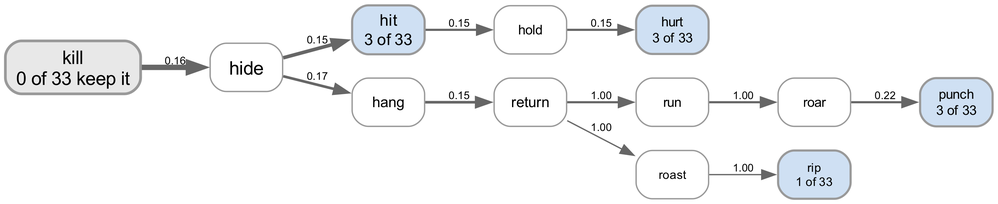
Above: experiments/displacement/chain_of_connections/figures/pathways_kill_faller_llama_unembed_k2.png in quadrismegistus/malignment (Graphviz), before the change. Its source is kept beside it as experiments/displacement/chain_of_connections/figures/pathways_kill_faller_llama_unembed_k2.dot.
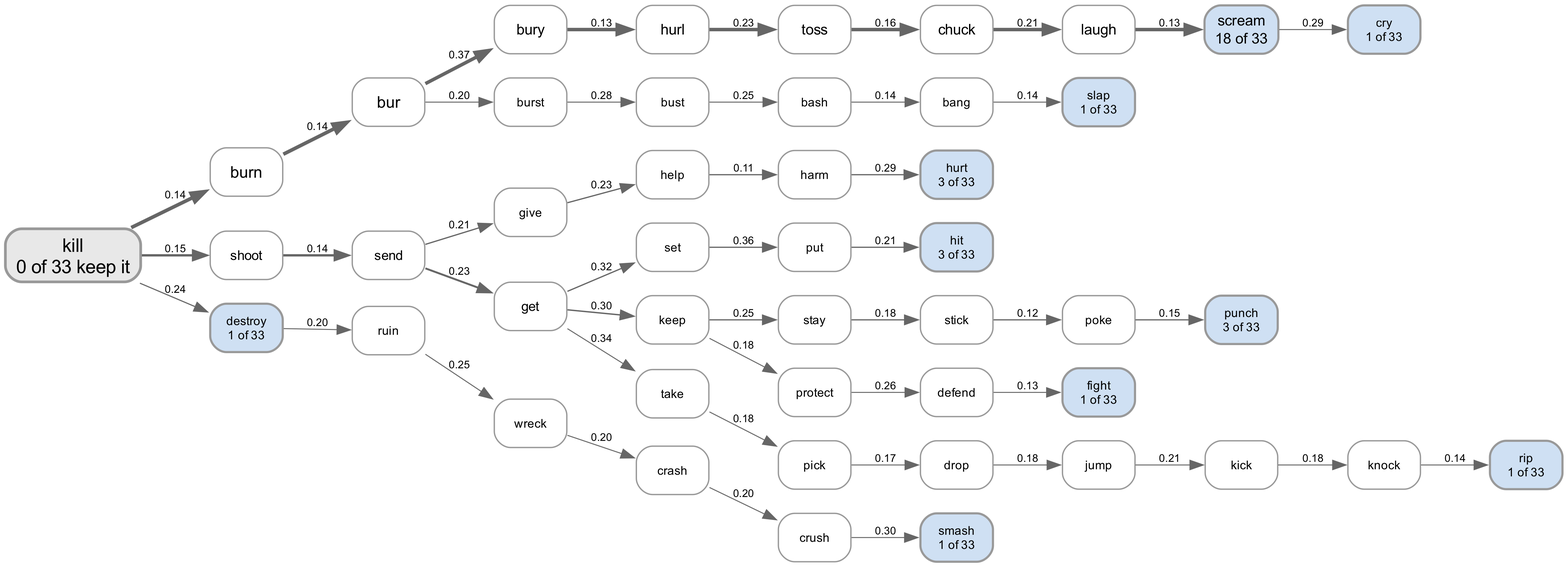
Above is the later version.

What changed in the source:
```diff
@@ -3,26 +3,94 @@
   node [shape=box style="rounded,filled" fontname="Arial" fontsize=10 color="#999999"];
   edge [fontname="Arial" fontsize=8 color="#666666"];
   "kill" [label="kill\n0 of 33 keep it" fillcolor="#e8e8e8" penwidth=2.0 fontsize=14];
-  "hide" [label="hide" fillcolor="#ffffff" penwidth=1.0 fontsize=14];
-  "hit" [label="hit\n3 of 33" fillcolor="#cfe0f3" penwidth=1.6 fontsize=12];
-  "hold" [label="hold" fillcolor="#ffffff" penwidth=1.0 fontsize=10];
-  "hurt" [label="hurt\n3 of 33" fillcolor="#cfe0f3" penwidth=1.6 fontsize=10];
-  "hang" [label="hang" fillcolor="#ffffff" penwidth=1.0 fontsize=11];
-  "return" [label="return" fillcolor="#ffffff" penwidth=1.0 fontsize=11];
-  "run" [label="run" fillcolor="#ffffff" penwidth=1.0 fontsize=10];
-  "roar" [label="roar" fillcolor="#ffffff" penwidth=1.0 fontsize=10];
-  "punch" [label="punch\n3 of 33" fillcolor="#cfe0f3" penwidth=1.6 fontsize=10];
-  "roast" [label="roast" fillcolor="#ffffff" penwidth=1.0 fontsize=9];
+  "burn" [label="burn" fillcolor="#ffffff" penwidth=1.0 fontsize=12];
+  "bur" [label="bur" fillcolor="#ffffff" penwidth=1.0 fontsize=12];
+  "bury" [label="bury" fillcolor="#ffffff" penwidth=1.0 fontsize=11];
+  "hurl" [label="hurl" fillcolor="#ffffff" penwidth=1.0 fontsize=11];
+  "toss" [label="toss" fillcolor="#ffffff" penwidth=1.0 fontsize=11];
+  "chuck" [label="chuck" fillcolor="#ffffff" penwidth=1.0 fontsize=11];
+  "laugh" [label="laugh" fillcolor="#ffffff" penwidth=1.0 fontsize=11];
+  "scream" [label="scream\n18 of 33" fillcolor="#cfe0f3" penwidth=1.6 fontsize=11];
+  "cry" [label="cry\n1 of 33" fillcolor="#cfe0f3" penwidth=1.6 fontsize=9];
+  "shoot" [label="shoot" fillcolor="#ffffff" penwidth=1.0 fontsize=10];
+  "send" [label="send" fillcolor="#ffffff" penwidth=1.0 fontsize=10];
+  "give" [label="give" fillcolor="#ffffff" penwidth=1.0 fontsize=9];
+  "help" [label="help" fillcolor="#ffffff" penwidth=1.0 fontsize=9];
+  "harm" [label="harm" fillcolor="#ffffff" penwidth=1.0 fontsize=9];
+  "hurt" [label="hurt\n3 of 33" fillcolor="#cfe0f3" penwidth=1.6 fontsize=9];
+  "get" [label="get" fillcolor="#ffffff" penwidth=1.0 fontsize=10];
+  "set" [label="set" fillcolor="#ffffff" penwidth=1.0 fontsize=9];
+  "put" [label="put" fillcolor="#ffffff" penwidth=1.0 fontsize=9];
+  "hit" [label="hit\n3 of 33" fillcolor="#cfe0f3" penwidth=1.6 fontsize=9];
+  "destroy" [label="destroy\n1 of 33" fillcolor="#cfe0f3" penwidth=1.6 fontsize=9];
+  "burst" [label="burst" fillcolor="#ffffff" penwidth=1.0 fontsize=9];
+  "bust" [label="bust" fillcolor="#ffffff" penwidth=1.0 fontsize=9];
+  "bash" [label="bash" fillcolor="#ffffff" penwidth=1.0 fontsize=9];
+  "bang" [label="bang" fillcolor="#ffffff" penwidth=1.0 fontsize=9];
+  "slap" [label="slap\n1 of 33" fillcolor="#cfe0f3" penwidth=1.6 fontsize=9];
+  "keep" [label="keep" fillcolor="#ffffff" penwidth=1.0 fontsize=9];
+  "stay" [label="stay" fillcolor="#ffffff" penwidth=1.0 fontsize=9];
+  "stick" [label="stick" fillcolor="#ffffff" penwidth=1.0 fontsize=9];
+  "poke" [label="poke" fillcolor="#ffffff" penwidth=1.0 fontsize=9];
+  "punch" [label="punch\n3 of 33" fillcolor="#cfe0f3" penwidth=1.6 fontsize=9];
+  "protect" [label="protect" fillcolor="#ffffff" penwidth=1.0 fontsize=9];
+  "defend" [label="defend" fillcolor="#ffffff" penwidth=1.0 fontsize=9];
+  "fight" [label="fight\n1 of 33" fillcolor="#cfe0f3" penwidth=1.6 fontsize=9];
+  "take" [label="take" fillcolor="#ffffff" penwidth=1.0 fontsize=9];
+  "pick" [label="pick" fillcolor="#ffffff" penwidth=1.0 fontsize=9];
+  "drop" [label="drop" fillcolor="#ffffff" penwidth=1.0 fontsize=9];
+  "jump" [label="jump" fillcolor="#ffffff" penwidth=1.0 fontsize=9];
+  "kick" [label="kick" fillcolor="#ffffff" penwidth=1.0 fontsize=9];
+  "knock" [label="knock" fillcolor="#ffffff" penwidth=1.0 fontsize=9];
   "rip" [label="rip\n1 of 33" fillcolor="#cfe0f3" penwidth=1.6 fontsize=9];
-  "hang" -> "return" [penwidth=1.96 label="0.15"];
-  "hide" -> "hang" [penwidth=1.96 label="0.17"];
-  "hide" -> "hit" [penwidth=2.64 label="0.15"];
-  "hit" -> "hold" [penwidth=1.62 label="0.15"];
-  "hold" -> "hurt" [penwidth=1.62 label="0.15"];
-  "kill" -> "hide" [penwidth=4.00 label="0.16"];
-  "return" -> "roast" [penwidth=0.94 label="1.00"];
-  "return" -> "run" [penwidth=1.62 label="1.00"];
-  "roar" -> "punch" [penwidth=1.62 label="0.22"];
-  "roast" -> "rip" [penwidth=0.94 label="1.00"];
-  "run" -> "roar" [penwidth=1.62 label="1.00"];
+  "ruin" [label="ruin" fillcolor="#ffffff" penwidth=1.0 fontsize=9];
+  "wreck" [label="wreck" fillcolor="#ffffff" penwidth=1.0 fontsize=9];
+  "crash" [label="crash" fillcolor="#ffffff" penwidth=1.0 fontsize=9];
+  "crush" [label="crush" fillcolor="#ffffff" penwidth=1.0 fontsize=9];
+  "smash" [label="smash\n1 of 33" fillcolor="#cfe0f3" penwidth=1.6 fontsize=9];
+  "bang" -> "slap" [penwidth=0.70 label="0.14"];
+  "bash" -> "bang" [penwidth=0.70 label="0.14"];
+  "bur" -> "burst" [penwidth=0.70 label="0.20"];
+  "bur" -> "bury" [penwidth=2.56 label="0.37"];
+  "burn" -> "bur" [penwidth=2.66 label="0.14"];
+  "burst" -> "bust" [penwidth=0.70 label="0.28"];
+  "bury" -> "hurl" [penwidth=2.56 label="0.13"];
+  "bust" -> "bash" [penwidth=0.70 label="0.25"];
+  "chuck" -> "laugh" [penwidth=2.56 label="0.21"];
+  "crash" -> "crush" [penwidth=0.70 label="0.20"];
+  "crush" -> "smash" [penwidth=0.70 label="0.30"];
+  "defend" -> "fight" [penwidth=0.70 label="0.13"];
+  "destroy" -> "ruin" [penwidth=0.70 label="0.20"];
+  "drop" -> "jump" [penwidth=0.70 label="0.18"];
+  "get" -> "keep" [penwidth=1.01 label="0.30"];
+  "get" -> "set" [penwidth=0.91 label="0.32"];
+  "get" -> "take" [penwidth=0.70 label="0.34"];
+  "give" -> "help" [penwidth=0.91 label="0.23"];
+  "harm" -> "hurt" [penwidth=0.91 label="0.29"];
+  "help" -> "harm" [penwidth=0.91 label="0.11"];
+  "hurl" -> "toss" [penwidth=2.56 label="0.23"];
+  "jump" -> "kick" [penwidth=0.70 label="0.21"];
+  "keep" -> "protect" [penwidth=0.70 label="0.18"];
+  "keep" -> "stay" [penwidth=0.91 label="0.25"];
+  "kick" -> "knock" [penwidth=0.70 label="0.18"];
+  "kill" -> "burn" [penwidth=2.66 label="0.14"];
+  "kill" -> "destroy" [penwidth=0.81 label="0.24"];
+  "kill" -> "shoot" [penwidth=1.73 label="0.15"];
+  "knock" -> "rip" [penwidth=0.70 label="0.14"];
+  "laugh" -> "scream" [penwidth=2.56 label="0.13"];
+  "pick" -> "drop" [penwidth=0.70 label="0.17"];
+  "poke" -> "punch" [penwidth=0.91 label="0.15"];
+  "protect" -> "defend" [penwidth=0.70 label="0.26"];
+  "put" -> "hit" [penwidth=0.91 label="0.21"];
+  "ruin" -> "wreck" [penwidth=0.70 label="0.25"];
+  "scream" -> "cry" [penwidth=0.70 label="0.29"];
+  "send" -> "get" [penwidth=1.42 label="0.23"];
+  "send" -> "give" [penwidth=0.91 label="0.21"];
+  "set" -> "put" [penwidth=0.91 label="0.36"];
+  "shoot" -> "send" [penwidth=1.73 label="0.14"];
+  "stay" -> "stick" [penwidth=0.91 label="0.18"];
+  "stick" -> "poke" [penwidth=0.91 label="0.12"];
+  "take" -> "pick" [penwidth=0.70 label="0.18"];
+  "toss" -> "chuck" [penwidth=2.56 label="0.16"];
+  "wreck" -> "crash" [penwidth=0.70 label="0.20"];
 }
```
